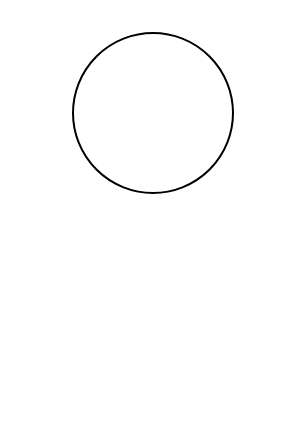
This is 제목 없는 다이어그램.drawio from junghoon12/erd, a draw.io file, before an edit. Source tidied: cells renumbered, new cells numbered last; positions are measured from the earlier drawing's top-left corner, leaving out a move shared by most shapes. Both pictures are drawn from the tidied source at 200%, with x=0, y=0 at pixel (72, 32).
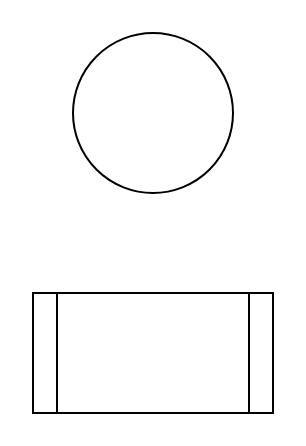
The same page after the edit.

Commit message:
제목 없는 다이어그램.drawio이 추가되었습니다.

What changed in the source:
```diff
@@
 <mxGraphModel>
   <root>
     <mxCell id="0" />
     <mxCell id="1" parent="0" />
     <mxCell id="2" style="ellipse;whiteSpace=wrap;html=1;" parent="1" vertex="1">
       <mxGeometry width="80" height="80" as="geometry" />
     </mxCell>
+    <mxCell id="3" style="shape=process;whiteSpace=wrap;html=1;backgroundOutline=1;" parent="1" vertex="1">
+      <mxGeometry x="-20" y="130" width="120" height="60" as="geometry" />
+    </mxCell>
   </root>
 </mxGraphModel>
```
